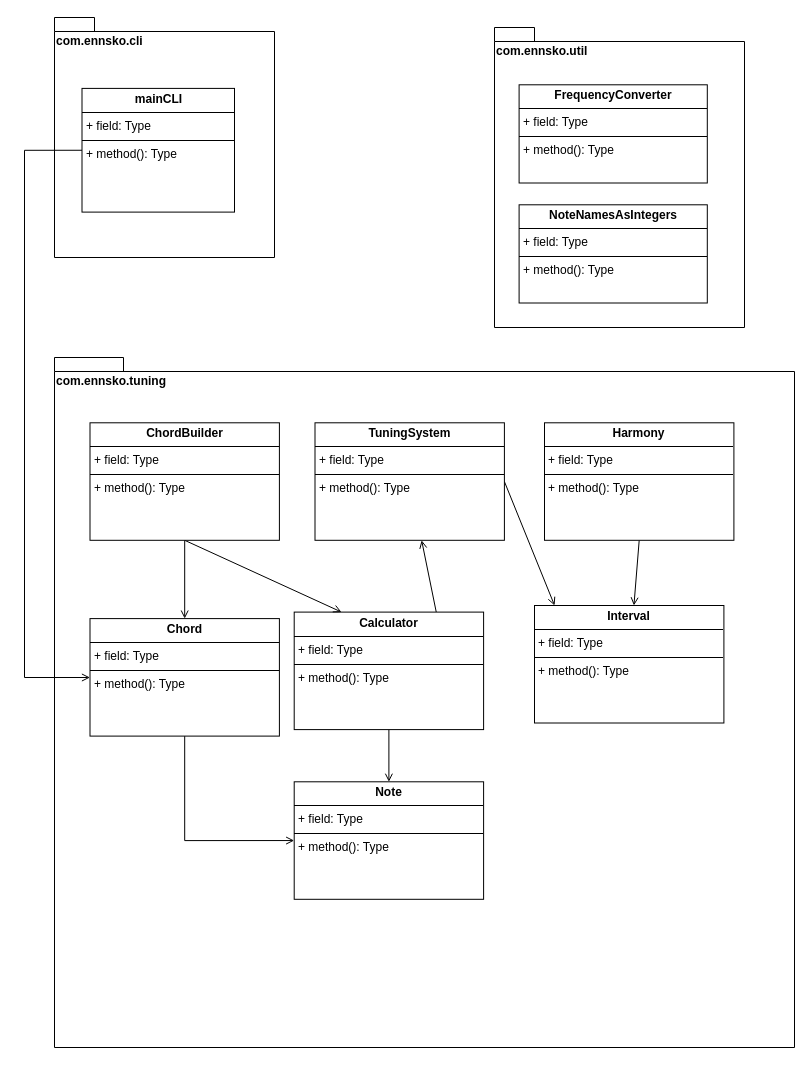
Before: uml/polymnia.drawio in ennskevin/polymnia, a draw.io diagram. Source tidied: cells renumbered, new cells numbered last; positions are measured from the earlier drawing's top-left corner, leaving out a move shared by most shapes. Both pictures are drawn from the tidied source at 100%, with x=0, y=0 at pixel (24, 17).
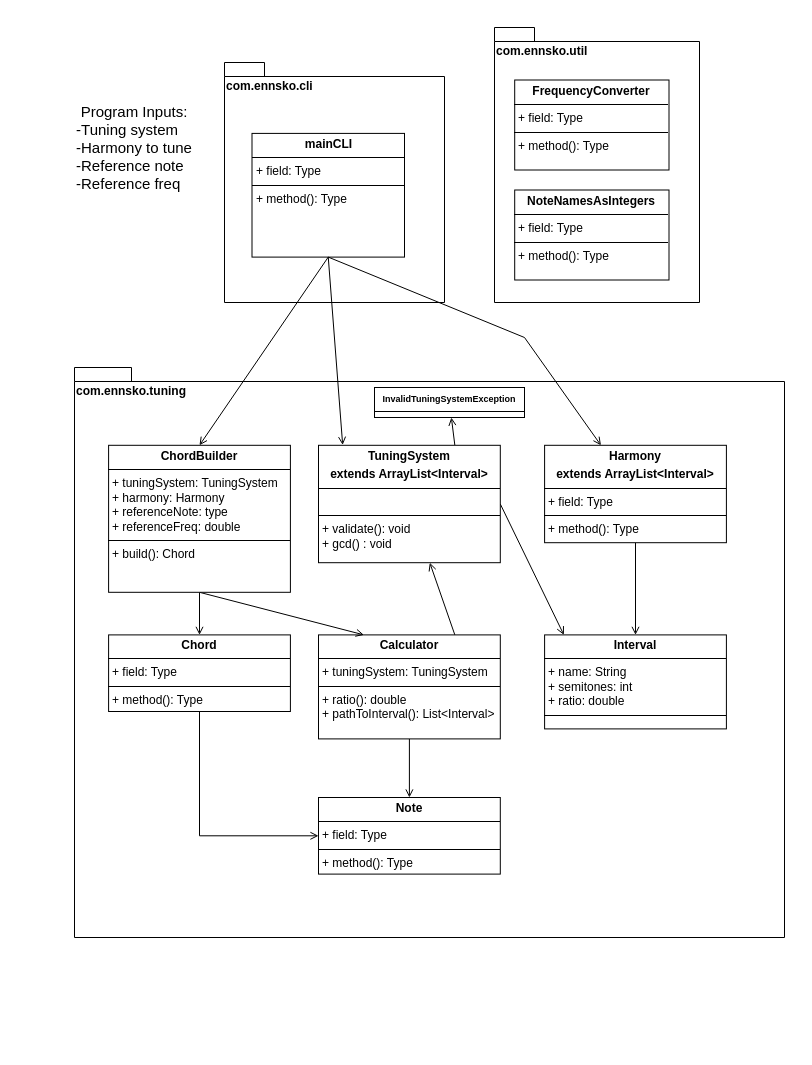
The same page after the edit.

Unchanged cells that the change refers to:
```xml
<mxCell id="3" value="&lt;p style=&quot;margin:0px;margin-top:4px;text-align:center;&quot;&gt;&lt;b&gt;mainCLI&lt;/b&gt;&lt;/p&gt;&lt;hr size=&quot;1&quot; style=&quot;border-style:solid;&quot;&gt;&lt;p style=&quot;margin:0px;margin-left:4px;&quot;&gt;+ field: Type&lt;/p&gt;&lt;hr size=&quot;1&quot; style=&quot;border-style:solid;&quot;&gt;&lt;p style=&quot;margin:0px;margin-left:4px;&quot;&gt;+ method(): Type&lt;/p&gt;" style="verticalAlign=top;align=left;overflow=fill;html=1;whiteSpace=wrap;" parent="2" vertex="1">
  <mxGeometry x="27.5" y="70.9" width="152.5" height="123.7" as="geometry" />
</mxCell>
```

What changed in the source:
```diff
@@
     <mxCell id="2" value="com.ennsko.cli" style="shape=folder;fontStyle=1;spacingTop=10;tabWidth=40;tabHeight=14;tabPosition=left;html=1;whiteSpace=wrap;verticalAlign=top;align=left;" parent="1" vertex="1">
-      <mxGeometry x="30" width="220" height="240" as="geometry" />
+      <mxGeometry x="200" y="45" width="220" height="240" as="geometry" />
     </mxCell>
@@
     <mxCell id="4" value="com.ennsko.tuning" style="shape=folder;fontStyle=1;spacingTop=10;tabWidth=40;tabHeight=14;tabPosition=left;html=1;whiteSpace=wrap;verticalAlign=top;align=left;" parent="1" vertex="1">
-      <mxGeometry x="30" y="340" width="740" height="690" as="geometry" />
+      <mxGeometry x="50" y="350" width="710" height="570" as="geometry" />
     </mxCell>
-    <mxCell id="5" value="&lt;p style=&quot;margin:0px;margin-top:4px;text-align:center;&quot;&gt;&lt;b&gt;Interval&lt;/b&gt;&lt;/p&gt;&lt;hr size=&quot;1&quot; style=&quot;border-style:solid;&quot;&gt;&lt;p style=&quot;margin:0px;margin-left:4px;&quot;&gt;+ field: Type&lt;/p&gt;&lt;hr size=&quot;1&quot; style=&quot;border-style:solid;&quot;&gt;&lt;p style=&quot;margin:0px;margin-left:4px;&quot;&gt;+ method(): Type&lt;/p&gt;" style="verticalAlign=top;align=left;overflow=fill;html=1;whiteSpace=wrap;" parent="4" vertex="1">
-      <mxGeometry x="480" y="248" width="189.4" height="117.5" as="geometry" />
-    </mxCell>
-    <mxCell id="6" style="rounded=0;jettySize=auto;html=1;exitX=0.5;exitY=1;exitDx=0;exitDy=0;endArrow=open;endFill=0;" parent="4" edge="1" source="7" target="5">
-      <mxGeometry relative="1" as="geometry" />
-    </mxCell>
-    <mxCell id="7" value="&lt;p style=&quot;margin:0px;margin-top:4px;text-align:center;&quot;&gt;&lt;b&gt;Harmony&lt;/b&gt;&lt;/p&gt;&lt;hr size=&quot;1&quot; style=&quot;border-style:solid;&quot;&gt;&lt;p style=&quot;margin:0px;margin-left:4px;&quot;&gt;+ field: Type&lt;/p&gt;&lt;hr size=&quot;1&quot; style=&quot;border-style:solid;&quot;&gt;&lt;p style=&quot;margin:0px;margin-left:4px;&quot;&gt;+ method(): Type&lt;/p&gt;" style="verticalAlign=top;align=left;overflow=fill;html=1;whiteSpace=wrap;" parent="4" vertex="1">
-      <mxGeometry x="490" y="65.3" width="189.4" height="117.5" as="geometry" />
-    </mxCell>
-    <mxCell id="8" style="shape=connector;rounded=0;jettySize=auto;html=1;exitX=1;exitY=0.5;exitDx=0;exitDy=0;strokeColor=default;align=center;verticalAlign=middle;fontFamily=Helvetica;fontSize=11;fontColor=default;labelBackgroundColor=default;endArrow=open;endFill=0;entryX=0.106;entryY=0;entryDx=0;entryDy=0;entryPerimeter=0;" parent="4" edge="1" source="9" target="5">
-      <mxGeometry relative="1" as="geometry" />
-    </mxCell>
-    <mxCell id="9" value="&lt;p style=&quot;margin:0px;margin-top:4px;text-align:center;&quot;&gt;&lt;b&gt;TuningSystem&lt;/b&gt;&lt;/p&gt;&lt;hr size=&quot;1&quot; style=&quot;border-style:solid;&quot;&gt;&lt;p style=&quot;margin:0px;margin-left:4px;&quot;&gt;+ field: Type&lt;/p&gt;&lt;hr size=&quot;1&quot; style=&quot;border-style:solid;&quot;&gt;&lt;p style=&quot;margin:0px;margin-left:4px;&quot;&gt;+ method(): Type&lt;/p&gt;" style="verticalAlign=top;align=left;overflow=fill;html=1;whiteSpace=wrap;" parent="4" vertex="1">
-      <mxGeometry x="260.5" y="65.3" width="189.4" height="117.5" as="geometry" />
-    </mxCell>
-    <mxCell id="10" style="edgeStyle=orthogonalEdgeStyle;rounded=0;jettySize=auto;html=1;exitX=0.5;exitY=1;exitDx=0;exitDy=0;endArrow=open;endFill=0;" parent="4" edge="1" source="12" target="18">
-      <mxGeometry relative="1" as="geometry" />
-    </mxCell>
-    <mxCell id="11" style="shape=connector;rounded=0;jettySize=auto;html=1;exitX=0.75;exitY=0;exitDx=0;exitDy=0;strokeColor=default;align=center;verticalAlign=middle;fontFamily=Helvetica;fontSize=11;fontColor=default;labelBackgroundColor=default;endArrow=open;endFill=0;" parent="4" edge="1" source="12" target="9">
-      <mxGeometry relative="1" as="geometry" />
-    </mxCell>
-    <mxCell id="12" value="&lt;p style=&quot;margin:0px;margin-top:4px;text-align:center;&quot;&gt;&lt;b&gt;Calculator&lt;/b&gt;&lt;/p&gt;&lt;hr size=&quot;1&quot; style=&quot;border-style:solid;&quot;&gt;&lt;p style=&quot;margin:0px;margin-left:4px;&quot;&gt;+ field: Type&lt;/p&gt;&lt;hr size=&quot;1&quot; style=&quot;border-style:solid;&quot;&gt;&lt;p style=&quot;margin:0px;margin-left:4px;&quot;&gt;+ method(): Type&lt;/p&gt;" style="verticalAlign=top;align=left;overflow=fill;html=1;whiteSpace=wrap;" parent="4" vertex="1">
-      <mxGeometry x="239.7" y="254.6" width="189.4" height="117.5" as="geometry" />
-    </mxCell>
-    <mxCell id="13" style="rounded=0;jettySize=auto;html=1;exitX=0.5;exitY=1;exitDx=0;exitDy=0;endArrow=open;endFill=0;entryX=0.25;entryY=0;entryDx=0;entryDy=0;" parent="4" edge="1" source="15" target="12">
-      <mxGeometry relative="1" as="geometry" />
-    </mxCell>
-    <mxCell id="14" style="edgeStyle=orthogonalEdgeStyle;rounded=0;jettySize=auto;html=1;exitX=0.5;exitY=1;exitDx=0;exitDy=0;endArrow=open;endFill=0;" parent="4" edge="1" source="15" target="17">
-      <mxGeometry relative="1" as="geometry" />
-    </mxCell>
-    <mxCell id="15" value="&lt;p style=&quot;margin:0px;margin-top:4px;text-align:center;&quot;&gt;&lt;b&gt;ChordBuilder&lt;/b&gt;&lt;/p&gt;&lt;hr size=&quot;1&quot; style=&quot;border-style:solid;&quot;&gt;&lt;p style=&quot;margin:0px;margin-left:4px;&quot;&gt;+ field: Type&lt;/p&gt;&lt;hr size=&quot;1&quot; style=&quot;border-style:solid;&quot;&gt;&lt;p style=&quot;margin:0px;margin-left:4px;&quot;&gt;+ method(): Type&lt;/p&gt;" style="verticalAlign=top;align=left;overflow=fill;html=1;whiteSpace=wrap;" parent="4" vertex="1">
-      <mxGeometry x="35.5" y="65.3" width="189.4" height="117.5" as="geometry" />
-    </mxCell>
+    <mxCell id="23" value="&lt;p style=&quot;margin:0px;margin-top:4px;text-align:center;&quot;&gt;&lt;b&gt;Interval&lt;/b&gt;&lt;/p&gt;&lt;hr size=&quot;1&quot; style=&quot;border-style:solid;&quot;&gt;&lt;p style=&quot;margin:0px;margin-left:4px;&quot;&gt;+ name: String&lt;/p&gt;&lt;p style=&quot;margin:0px;margin-left:4px;&quot;&gt;+ semitones: int&lt;/p&gt;&lt;p style=&quot;margin:0px;margin-left:4px;&quot;&gt;+ ratio: double&lt;/p&gt;&lt;hr size=&quot;1&quot; style=&quot;border-style:solid;&quot;&gt;&lt;p style=&quot;margin:0px;margin-left:4px;&quot;&gt;&lt;br&gt;&lt;/p&gt;" style="verticalAlign=top;align=left;overflow=fill;html=1;whiteSpace=wrap;" parent="4" vertex="1">
+      <mxGeometry x="470.1" y="267.4" width="181.8" height="94" as="geometry" />
+    </mxCell>
+    <mxCell id="24" style="rounded=0;jettySize=auto;html=1;exitX=0.5;exitY=1;exitDx=0;exitDy=0;endArrow=open;endFill=0;" parent="4" edge="1" source="25" target="23">
+      <mxGeometry relative="1" as="geometry" />
+    </mxCell>
+    <mxCell id="25" value="&lt;p style=&quot;margin:0px;margin-top:4px;text-align:center;&quot;&gt;&lt;b&gt;Harmony&lt;/b&gt;&lt;/p&gt;&lt;p style=&quot;margin:0px;margin-top:4px;text-align:center;&quot;&gt;&lt;b&gt;extends ArrayList&amp;lt;Interval&amp;gt;&lt;/b&gt;&lt;/p&gt;&lt;hr size=&quot;1&quot; style=&quot;border-style:solid;&quot;&gt;&lt;p style=&quot;margin:0px;margin-left:4px;&quot;&gt;+ field: Type&lt;/p&gt;&lt;hr size=&quot;1&quot; style=&quot;border-style:solid;&quot;&gt;&lt;p style=&quot;margin:0px;margin-left:4px;&quot;&gt;+ method(): Type&lt;/p&gt;" style="verticalAlign=top;align=left;overflow=fill;html=1;whiteSpace=wrap;" parent="4" vertex="1">
+      <mxGeometry x="470.1" y="77.8" width="181.8" height="97.4" as="geometry" />
+    </mxCell>
+    <mxCell id="26" style="shape=connector;rounded=0;jettySize=auto;html=1;exitX=1;exitY=0.5;exitDx=0;exitDy=0;strokeColor=default;align=center;verticalAlign=middle;fontFamily=Helvetica;fontSize=11;fontColor=default;labelBackgroundColor=default;endArrow=open;endFill=0;entryX=0.106;entryY=0;entryDx=0;entryDy=0;entryPerimeter=0;" parent="4" edge="1" source="28" target="23">
+      <mxGeometry relative="1" as="geometry" />
+    </mxCell>
+    <mxCell id="27" style="edgeStyle=none;shape=connector;rounded=0;jettySize=auto;html=1;exitX=0.75;exitY=0;exitDx=0;exitDy=0;strokeColor=default;align=center;verticalAlign=middle;fontFamily=Helvetica;fontSize=11;fontColor=default;labelBackgroundColor=default;endArrow=open;endFill=0;" parent="4" edge="1" source="28" target="35">
+      <mxGeometry relative="1" as="geometry" />
+    </mxCell>
+    <mxCell id="28" value="&lt;p style=&quot;margin:0px;margin-top:4px;text-align:center;&quot;&gt;&lt;b&gt;TuningSystem&lt;/b&gt;&lt;/p&gt;&lt;p style=&quot;margin:0px;margin-top:4px;text-align:center;&quot;&gt;&lt;b&gt;extends ArrayList&amp;lt;Interval&amp;gt;&lt;/b&gt;&lt;/p&gt;&lt;hr size=&quot;1&quot; style=&quot;border-style:solid;&quot;&gt;&lt;p style=&quot;margin:0px;margin-left:4px;&quot;&gt;&lt;br&gt;&lt;/p&gt;&lt;hr size=&quot;1&quot; style=&quot;border-style:solid;&quot;&gt;&lt;p style=&quot;margin:0px;margin-left:4px;&quot;&gt;+ validate(): void&lt;/p&gt;&lt;p style=&quot;margin:0px;margin-left:4px;&quot;&gt;+ gcd() : void&lt;/p&gt;" style="verticalAlign=top;align=left;overflow=fill;html=1;whiteSpace=wrap;" parent="4" vertex="1">
+      <mxGeometry x="244" y="77.8" width="181.8" height="117.4" as="geometry" />
+    </mxCell>
+    <mxCell id="29" style="edgeStyle=orthogonalEdgeStyle;rounded=0;jettySize=auto;html=1;exitX=0.5;exitY=1;exitDx=0;exitDy=0;endArrow=open;endFill=0;" parent="4" edge="1" source="31" target="18">
+      <mxGeometry relative="1" as="geometry" />
+    </mxCell>
+    <mxCell id="30" style="shape=connector;rounded=0;jettySize=auto;html=1;exitX=0.75;exitY=0;exitDx=0;exitDy=0;strokeColor=default;align=center;verticalAlign=middle;fontFamily=Helvetica;fontSize=11;fontColor=default;labelBackgroundColor=default;endArrow=open;endFill=0;" parent="4" edge="1" source="31" target="28">
+      <mxGeometry relative="1" as="geometry" />
+    </mxCell>
+    <mxCell id="31" value="&lt;p style=&quot;margin:0px;margin-top:4px;text-align:center;&quot;&gt;&lt;b&gt;Calculator&lt;/b&gt;&lt;/p&gt;&lt;hr size=&quot;1&quot; style=&quot;border-style:solid;&quot;&gt;&lt;p style=&quot;margin:0px;margin-left:4px;&quot;&gt;+ tuningSystem: TuningSystem&lt;/p&gt;&lt;hr size=&quot;1&quot; style=&quot;border-style:solid;&quot;&gt;&lt;p style=&quot;margin:0px;margin-left:4px;&quot;&gt;+ ratio(): double&lt;/p&gt;&lt;p style=&quot;margin:0px;margin-left:4px;&quot;&gt;+ pathToInterval(): List&amp;lt;Interval&amp;gt;&lt;/p&gt;" style="verticalAlign=top;align=left;overflow=fill;html=1;whiteSpace=wrap;" parent="4" vertex="1">
+      <mxGeometry x="244" y="267.4" width="181.8" height="104" as="geometry" />
+    </mxCell>
+    <mxCell id="32" style="rounded=0;jettySize=auto;html=1;exitX=0.5;exitY=1;exitDx=0;exitDy=0;endArrow=open;endFill=0;entryX=0.25;entryY=0;entryDx=0;entryDy=0;" parent="4" edge="1" source="34" target="31">
+      <mxGeometry relative="1" as="geometry" />
+    </mxCell>
+    <mxCell id="33" style="edgeStyle=orthogonalEdgeStyle;rounded=0;jettySize=auto;html=1;exitX=0.5;exitY=1;exitDx=0;exitDy=0;endArrow=open;endFill=0;" parent="4" edge="1" source="34" target="17">
+      <mxGeometry relative="1" as="geometry" />
+    </mxCell>
+    <mxCell id="34" value="&lt;p style=&quot;margin:0px;margin-top:4px;text-align:center;&quot;&gt;&lt;b&gt;ChordBuilder&lt;/b&gt;&lt;/p&gt;&lt;hr size=&quot;1&quot; style=&quot;border-style:solid;&quot;&gt;&lt;p style=&quot;margin:0px;margin-left:4px;&quot;&gt;+ tuningSystem: TuningSystem&lt;/p&gt;&lt;p style=&quot;margin:0px;margin-left:4px;&quot;&gt;+ harmony: Harmony&lt;/p&gt;&lt;p style=&quot;margin:0px;margin-left:4px;&quot;&gt;+ referenceNote: type&lt;/p&gt;&lt;p style=&quot;margin:0px;margin-left:4px;&quot;&gt;+ referenceFreq: double&lt;/p&gt;&lt;hr size=&quot;1&quot; style=&quot;border-style:solid;&quot;&gt;&lt;p style=&quot;margin:0px;margin-left:4px;&quot;&gt;+ build(): Chord&lt;/p&gt;" style="verticalAlign=top;align=left;overflow=fill;html=1;whiteSpace=wrap;" parent="4" vertex="1">
+      <mxGeometry x="34.1" y="77.8" width="181.8" height="147" as="geometry" />
+    </mxCell>
@@
     <mxCell id="17" value="&lt;p style=&quot;margin:0px;margin-top:4px;text-align:center;&quot;&gt;&lt;b&gt;Chord&lt;/b&gt;&lt;/p&gt;&lt;hr size=&quot;1&quot; style=&quot;border-style:solid;&quot;&gt;&lt;p style=&quot;margin:0px;margin-left:4px;&quot;&gt;+ field: Type&lt;/p&gt;&lt;hr size=&quot;1&quot; style=&quot;border-style:solid;&quot;&gt;&lt;p style=&quot;margin:0px;margin-left:4px;&quot;&gt;+ method(): Type&lt;/p&gt;" style="verticalAlign=top;align=left;overflow=fill;html=1;whiteSpace=wrap;" parent="4" vertex="1">
-      <mxGeometry x="35.5" y="261.1" width="189.4" height="117.5" as="geometry" />
+      <mxGeometry x="34.1" y="267.4" width="181.8" height="76.6" as="geometry" />
     </mxCell>
     <mxCell id="18" value="&lt;p style=&quot;margin:0px;margin-top:4px;text-align:center;&quot;&gt;&lt;b&gt;Note&lt;/b&gt;&lt;/p&gt;&lt;hr size=&quot;1&quot; style=&quot;border-style:solid;&quot;&gt;&lt;p style=&quot;margin:0px;margin-left:4px;&quot;&gt;+ field: Type&lt;/p&gt;&lt;hr size=&quot;1&quot; style=&quot;border-style:solid;&quot;&gt;&lt;p style=&quot;margin:0px;margin-left:4px;&quot;&gt;+ method(): Type&lt;/p&gt;" style="verticalAlign=top;align=left;overflow=fill;html=1;whiteSpace=wrap;" parent="4" vertex="1">
-      <mxGeometry x="239.7" y="424.3" width="189.4" height="117.5" as="geometry" />
+      <mxGeometry x="244" y="430" width="181.8" height="76.6" as="geometry" />
     </mxCell>
+    <mxCell id="35" value="&lt;p style=&quot;margin:0px;margin-top:4px;text-align:center;&quot;&gt;&lt;font style=&quot;font-size: 9px;&quot;&gt;&lt;b&gt;InvalidTuningSystemException&lt;/b&gt;&lt;/font&gt;&lt;/p&gt;&lt;hr size=&quot;1&quot; style=&quot;border-style:solid;&quot;&gt;&lt;div style=&quot;height:2px;&quot;&gt;&lt;/div&gt;" style="verticalAlign=top;align=left;overflow=fill;html=1;whiteSpace=wrap;" parent="4" vertex="1">
+      <mxGeometry x="300" y="20" width="150" height="30" as="geometry" />
+    </mxCell>
     <mxCell id="19" value="com.ennsko.util" style="shape=folder;fontStyle=1;spacingTop=10;tabWidth=40;tabHeight=14;tabPosition=left;html=1;whiteSpace=wrap;verticalAlign=top;align=left;" parent="1" vertex="1">
-      <mxGeometry x="470" y="10" width="250" height="300" as="geometry" />
+      <mxGeometry x="470" y="10" width="205" height="275" as="geometry" />
     </mxCell>
     <mxCell id="20" value="&lt;p style=&quot;margin:0px;margin-top:4px;text-align:center;&quot;&gt;&lt;b&gt;FrequencyConverter&lt;/b&gt;&lt;/p&gt;&lt;hr size=&quot;1&quot; style=&quot;border-style:solid;&quot;&gt;&lt;p style=&quot;margin:0px;margin-left:4px;&quot;&gt;+ field: Type&lt;/p&gt;&lt;hr size=&quot;1&quot; style=&quot;border-style:solid;&quot;&gt;&lt;p style=&quot;margin:0px;margin-left:4px;&quot;&gt;+ method(): Type&lt;/p&gt;" style="verticalAlign=top;align=left;overflow=fill;html=1;whiteSpace=wrap;" parent="19" vertex="1">
-      <mxGeometry x="24.6" y="57.3" width="188.2" height="98.2" as="geometry" />
+      <mxGeometry x="20.2" y="52.5" width="154.3" height="90" as="geometry" />
     </mxCell>
     <mxCell id="21" value="&lt;p style=&quot;margin:0px;margin-top:4px;text-align:center;&quot;&gt;&lt;b&gt;NoteNamesAsIntegers&lt;/b&gt;&lt;/p&gt;&lt;hr size=&quot;1&quot; style=&quot;border-style:solid;&quot;&gt;&lt;p style=&quot;margin:0px;margin-left:4px;&quot;&gt;+ field: Type&lt;/p&gt;&lt;hr size=&quot;1&quot; style=&quot;border-style:solid;&quot;&gt;&lt;p style=&quot;margin:0px;margin-left:4px;&quot;&gt;+ method(): Type&lt;/p&gt;" style="verticalAlign=top;align=left;overflow=fill;html=1;whiteSpace=wrap;" parent="19" vertex="1">
-      <mxGeometry x="24.6" y="177.3" width="188.2" height="98.2" as="geometry" />
+      <mxGeometry x="20.2" y="162.5" width="154.3" height="90" as="geometry" />
     </mxCell>
-    <mxCell id="22" style="edgeStyle=orthogonalEdgeStyle;shape=connector;rounded=0;jettySize=auto;html=1;exitX=0;exitY=0.5;exitDx=0;exitDy=0;strokeColor=default;align=center;verticalAlign=middle;fontFamily=Helvetica;fontSize=11;fontColor=default;labelBackgroundColor=default;endArrow=open;endFill=0;" parent="1" edge="1" source="3" target="17">
-      <mxGeometry relative="1" as="geometry">
-        <Array as="points">
-          <mxPoint y="133" />
-          <mxPoint y="660" />
-        </Array>
-      </mxGeometry>
-    </mxCell>
+    <mxCell id="36" style="edgeStyle=none;shape=connector;rounded=0;jettySize=auto;html=1;exitX=0.5;exitY=1;exitDx=0;exitDy=0;strokeColor=default;align=center;verticalAlign=middle;fontFamily=Helvetica;fontSize=11;fontColor=default;labelBackgroundColor=default;endArrow=open;endFill=0;entryX=0.133;entryY=-0.003;entryDx=0;entryDy=0;entryPerimeter=0;" parent="1" edge="1" source="3" target="28">
+      <mxGeometry relative="1" as="geometry" />
+    </mxCell>
+    <mxCell id="37" style="edgeStyle=none;shape=connector;rounded=0;jettySize=auto;html=1;exitX=0.5;exitY=1;exitDx=0;exitDy=0;strokeColor=default;align=center;verticalAlign=middle;fontFamily=Helvetica;fontSize=11;fontColor=default;labelBackgroundColor=default;endArrow=open;endFill=0;" parent="1" edge="1" source="3" target="25">
+      <mxGeometry relative="1" as="geometry">
+        <Array as="points">
+          <mxPoint x="500" y="320" />
+        </Array>
+      </mxGeometry>
+    </mxCell>
+    <mxCell id="38" style="edgeStyle=none;shape=connector;rounded=0;jettySize=auto;html=1;exitX=0.5;exitY=1;exitDx=0;exitDy=0;entryX=0.5;entryY=0;entryDx=0;entryDy=0;strokeColor=default;align=center;verticalAlign=middle;fontFamily=Helvetica;fontSize=11;fontColor=default;labelBackgroundColor=default;endArrow=open;endFill=0;" parent="1" edge="1" source="3" target="34">
+      <mxGeometry relative="1" as="geometry" />
+    </mxCell>
+    <mxCell id="39" value="&lt;div&gt;&lt;font style=&quot;font-size: 15px;&quot;&gt;Program Inputs:&lt;/font&gt;&lt;/div&gt;&lt;div align=&quot;left&quot;&gt;&lt;font style=&quot;font-size: 15px;&quot;&gt;-Tuning system&lt;/font&gt;&lt;/div&gt;&lt;div align=&quot;left&quot;&gt;&lt;font style=&quot;font-size: 15px;&quot;&gt;-Harmony to tune&lt;/font&gt;&lt;/div&gt;&lt;div align=&quot;left&quot;&gt;&lt;font style=&quot;font-size: 15px;&quot;&gt;-Reference note&lt;/font&gt;&lt;/div&gt;&lt;div align=&quot;left&quot;&gt;&lt;font style=&quot;font-size: 15px;&quot;&gt;-Reference freq&lt;/font&gt;&lt;/div&gt;" style="text;html=1;align=center;verticalAlign=middle;whiteSpace=wrap;rounded=0;fontFamily=Helvetica;fontSize=11;fontColor=default;labelBackgroundColor=default;" parent="1" vertex="1">
+      <mxGeometry x="40" y="70" width="140" height="120" as="geometry" />
+    </mxCell>
```
